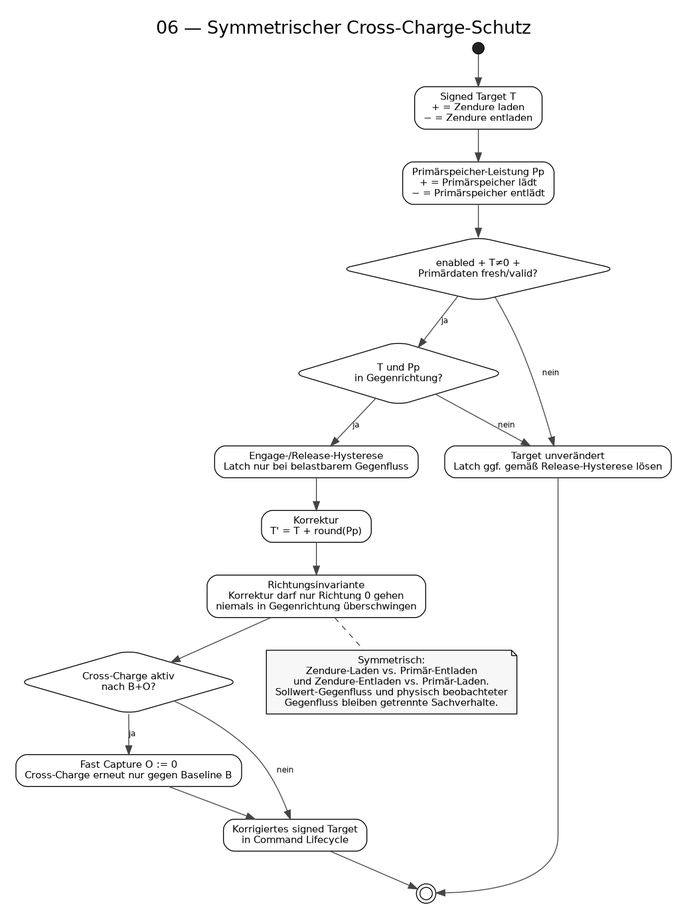
Above: docs/architecture/uml/rendered/06_CROSS_CHARGE_ACTIVITY.png in TTXaser2/zendure-energy-controller (Graphviz), before the change. Its source is kept beside it as docs/architecture/uml/diagrams/06_CROSS_CHARGE_ACTIVITY.dot. The source it was exported from:
```dot
digraph CrossCharge {
  graph [rankdir=TB, bgcolor="white", pad=0.25, nodesep=0.42, ranksep=0.48, labelloc=t,
         label="06 — Symmetrischer Cross-Charge-Schutz", fontsize=20, fontname="DejaVu Sans"];
  node [shape=box, style="rounded,filled", fillcolor="white", fontname="DejaVu Sans", fontsize=11, margin="0.14,0.08"];
  edge [fontname="DejaVu Sans", fontsize=9, color="#444444"];

  s [shape=circle, width=.18, label="", fillcolor="#222222", style=filled];
  in [label="Signed Target T\n+ = Zendure laden\n− = Zendure entladen"];
  pp [label="Primärspeicher-Leistung Pp\n+ = Primärspeicher lädt\n− = Primärspeicher entlädt"];
  prereq [shape=diamond, label="enabled + T≠0 +\nPrimärdaten fresh/valid?"];
  opposite [shape=diamond, label="T und Pp\nin Gegenrichtung?"];
  unchanged [label="Target unverändert\nLatch ggf. gemäß Release-Hysterese lösen"];
  latch [label="Engage-/Release-Hysterese\nLatch nur bei belastbarem Gegenfluss"];
  calc [label="Korrektur\nT' = T + round(Pp)"];
  clamp [label="Richtungsinvariante\nKorrektur darf nur Richtung 0 gehen\nniemals in Gegenrichtung überschwingen"];
  fast [shape=diamond, label="Cross-Charge aktiv\nnach B+O?"];
  drop [label="Fast Capture O := 0\nCross-Charge erneut nur gegen Baseline B"];
  pub [label="Korrigiertes signed Target\nin Command Lifecycle"];
  end [shape=doublecircle, width=.2, label=""];
  note [shape=note, fillcolor="#f7f7f7", label="Symmetrisch:\nZendure-Laden vs. Primär-Entladen\nund Zendure-Entladen vs. Primär-Laden.\nSollwert-Gegenfluss und physisch beobachteter\nGegenfluss bleiben getrennte Sachverhalte."];

  s -> in -> pp -> prereq;
  prereq -> unchanged [label="nein"];
  prereq -> opposite [label="ja"];
  opposite -> unchanged [label="nein"];
  opposite -> latch [label="ja"];
  latch -> calc -> clamp -> fast;
  fast -> drop [label="ja"];
  fast -> pub [label="nein"];
  drop -> pub;
  unchanged -> end;
  pub -> end;
  clamp -> note [style=dashed, arrowhead=none];
}
```
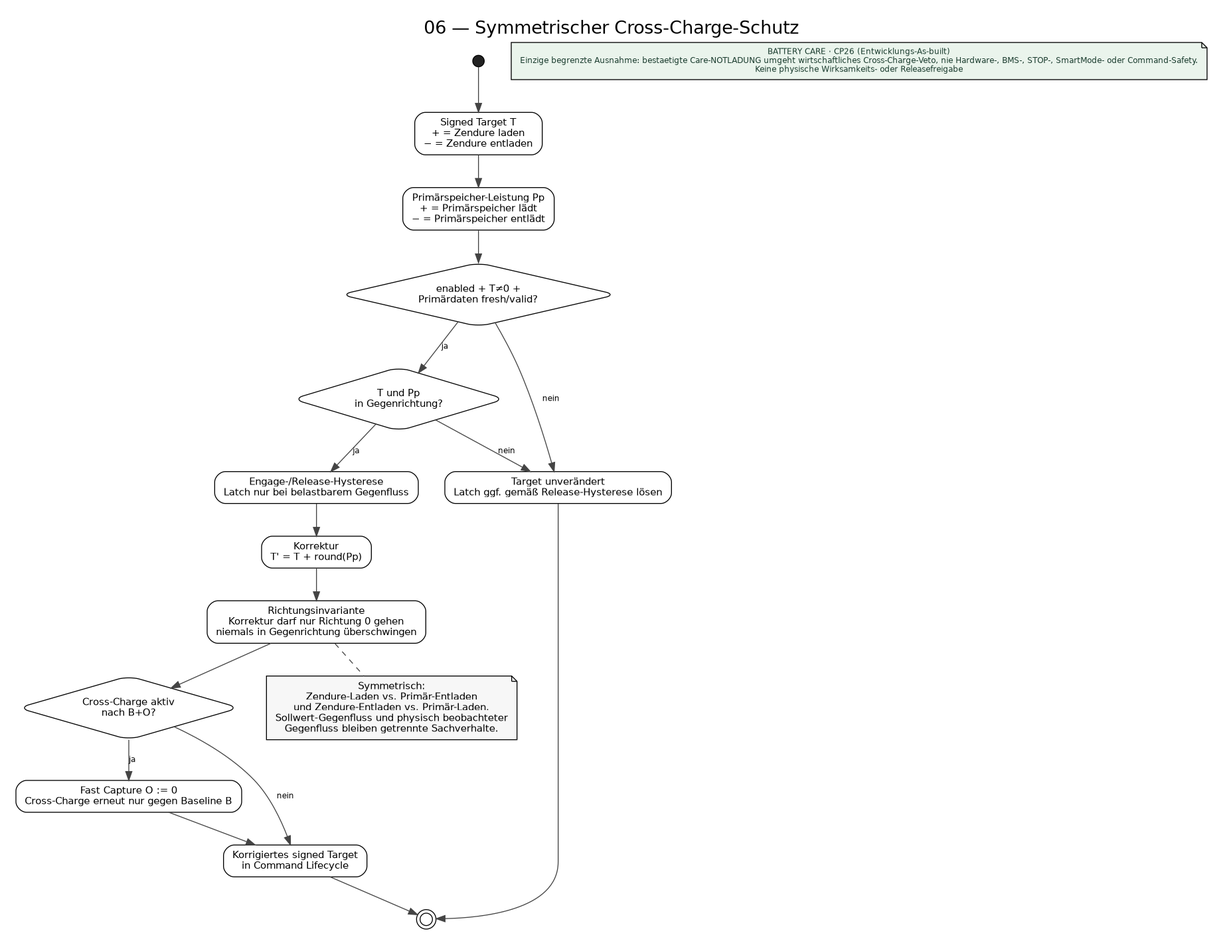
Above is the later version.

Change to the diagram source:
```diff
@@ -31,4 +31,6 @@
   unchanged -> end;
   pub -> end;
   clamp -> note [style=dashed, arrowhead=none];
+
+  cp26_care_06 [shape=note, style="filled", fillcolor="#eaf4ec", fontcolor="#193b2d", fontsize=9, label="BATTERY CARE · CP26 (Entwicklungs-As-built)\nEinzige begrenzte Ausnahme: bestaetigte Care-NOTLADUNG umgeht wirtschaftliches Cross-Charge-Veto, nie Hardware-, BMS-, STOP-, SmartMode- oder Command-Safety.\nKeine physische Wirksamkeits- oder Releasefreigabe"];
 }
```
